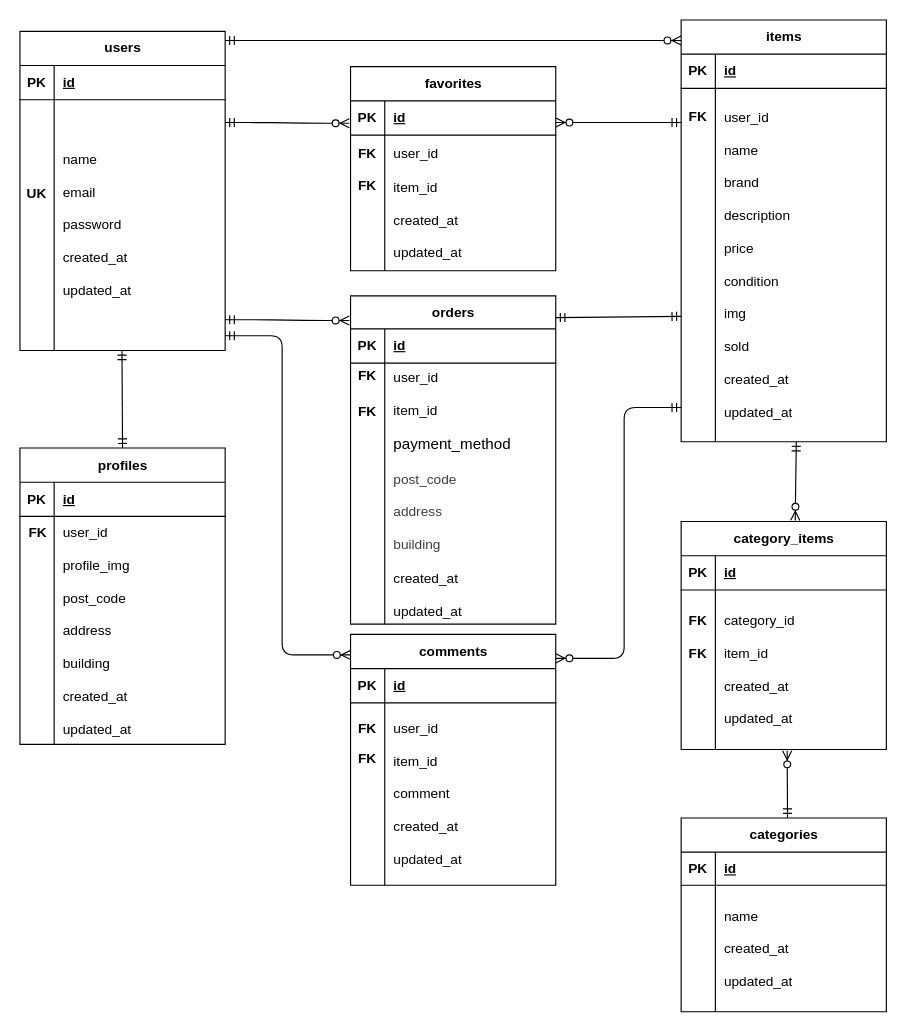
sara-1003/free-market-app keeps this draw.io diagram as erd.drawio. Above is the earlier version. Source tidied: cells renumbered, new cells numbered last; positions are measured from the earlier drawing's top-left corner, leaving out a move shared by most shapes. Both pictures are drawn from the tidied source at 114%, with x=0, y=0 at pixel (19, 19).
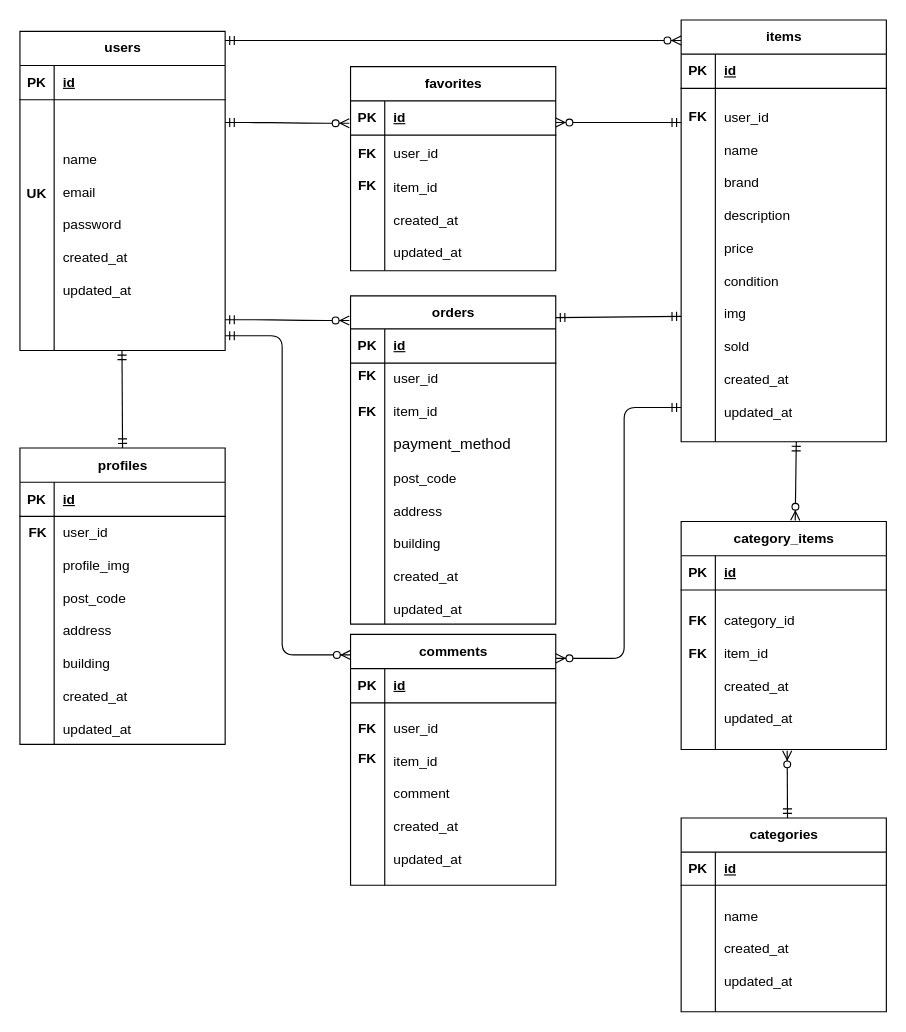
The same diagram, later.

Unchanged cells that the change refers to:
```xml
<mxCell id="65" style="shape=tableRow;horizontal=0;startSize=0;swimlaneHead=0;swimlaneBody=0;fillColor=none;top=0;left=0;right=0;bottom=0;" parent="61" vertex="1">
  <mxGeometry y="59" width="180" height="229" as="geometry" />
</mxCell>
```

Change to the diagram source:
```diff
@@
-    <mxCell id="67" value="&lt;span style=&quot;background-color: transparent;&quot;&gt;&lt;font color=&quot;#000000&quot;&gt;user&lt;/font&gt;_id&lt;/span&gt;&lt;div&gt;&lt;div&gt;&lt;font color=&quot;#000000&quot;&gt;&lt;br&gt;&lt;/font&gt;&lt;/div&gt;&lt;div&gt;&lt;font color=&quot;#000000&quot;&gt;item_id&lt;/font&gt;&lt;/div&gt;&lt;div&gt;&lt;font color=&quot;#000000&quot;&gt;&lt;br&gt;&lt;/font&gt;&lt;/div&gt;&lt;div&gt;&lt;span style=&quot;caret-color: rgb(0, 0, 0); color: rgb(0, 0, 0); font-size: 10pt; font-family: Arial;&quot;&gt;payment_method&lt;/span&gt;&lt;/div&gt;&lt;div&gt;&lt;span style=&quot;caret-color: rgb(0, 0, 0); color: rgb(0, 0, 0); font-size: 10pt; font-family: Arial;&quot;&gt;&lt;br&gt;&lt;/span&gt;&lt;/div&gt;&lt;div&gt;&lt;span style=&quot;caret-color: rgb(0, 0, 0); color: rgb(0, 0, 0); font-size: 10pt; font-family: Arial;&quot;&gt;&lt;div style=&quot;color: rgb(63, 63, 63); font-family: Helvetica; font-size: 12px;&quot;&gt;post_code&lt;/div&gt;&lt;div style=&quot;color: rgb(63, 63, 63); font-family: Helvetica; font-size: 12px;&quot;&gt;&lt;br&gt;&lt;/div&gt;&lt;div style=&quot;color: rgb(63, 63, 63); font-family: Helvetica; font-size: 12px;&quot;&gt;address&lt;/div&gt;&lt;div style=&quot;color: rgb(63, 63, 63); font-family: Helvetica; font-size: 12px;&quot;&gt;&lt;br&gt;&lt;/div&gt;&lt;div style=&quot;color: rgb(63, 63, 63); font-family: Helvetica; font-size: 12px;&quot;&gt;building&lt;/div&gt;&lt;/span&gt;&lt;/div&gt;&lt;div&gt;&lt;div&gt;&lt;br&gt;&lt;/div&gt;&lt;div&gt;&lt;div&gt;&lt;div&gt;&lt;div&gt;created_at&lt;/div&gt;&lt;div&gt;&lt;br&gt;&lt;/div&gt;&lt;div&gt;updated_at&lt;/div&gt;&lt;/div&gt;&lt;/div&gt;&lt;/div&gt;&lt;/div&gt;&lt;/div&gt;" style="shape=partialRectangle;fillColor=none;top=0;left=0;bottom=0;right=0;align=left;spacingLeft=6;overflow=hidden;whiteSpace=wrap;html=1;" parent="65" vertex="1">
+    <mxCell id="67" value="&lt;span style=&quot;background-color: transparent;&quot;&gt;&lt;font color=&quot;#000000&quot;&gt;user&lt;/font&gt;_id&lt;/span&gt;&lt;div&gt;&lt;div&gt;&lt;font color=&quot;#000000&quot;&gt;&lt;br&gt;&lt;/font&gt;&lt;/div&gt;&lt;div&gt;&lt;font color=&quot;#000000&quot;&gt;item_id&lt;/font&gt;&lt;/div&gt;&lt;div&gt;&lt;font color=&quot;#000000&quot;&gt;&lt;br&gt;&lt;/font&gt;&lt;/div&gt;&lt;div&gt;&lt;span style=&quot;caret-color: rgb(0, 0, 0); color: rgb(0, 0, 0); font-size: 10pt; font-family: Arial;&quot;&gt;payment_method&lt;/span&gt;&lt;/div&gt;&lt;div&gt;&lt;br&gt;&lt;/div&gt;&lt;div&gt;post_code&lt;/div&gt;&lt;div&gt;&lt;br&gt;&lt;/div&gt;&lt;div&gt;address&lt;/div&gt;&lt;div&gt;&lt;br&gt;&lt;/div&gt;&lt;div&gt;building&lt;/div&gt;&lt;div&gt;&lt;div&gt;&lt;br&gt;&lt;/div&gt;&lt;div&gt;&lt;div&gt;&lt;div&gt;&lt;div&gt;created_at&lt;/div&gt;&lt;div&gt;&lt;br&gt;&lt;/div&gt;&lt;div&gt;updated_at&lt;/div&gt;&lt;/div&gt;&lt;/div&gt;&lt;/div&gt;&lt;/div&gt;&lt;/div&gt;" style="shape=partialRectangle;fillColor=none;top=0;left=0;bottom=0;right=0;align=left;spacingLeft=6;overflow=hidden;whiteSpace=wrap;html=1;" parent="65" vertex="1">
       <mxGeometry x="30" width="150" height="229" as="geometry" />
     </mxCell>
```
